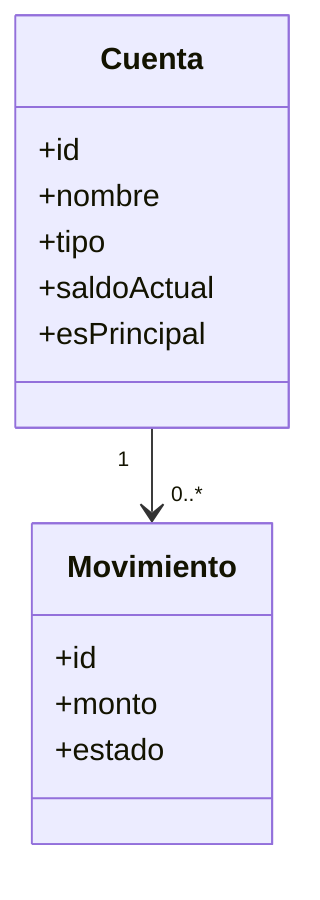
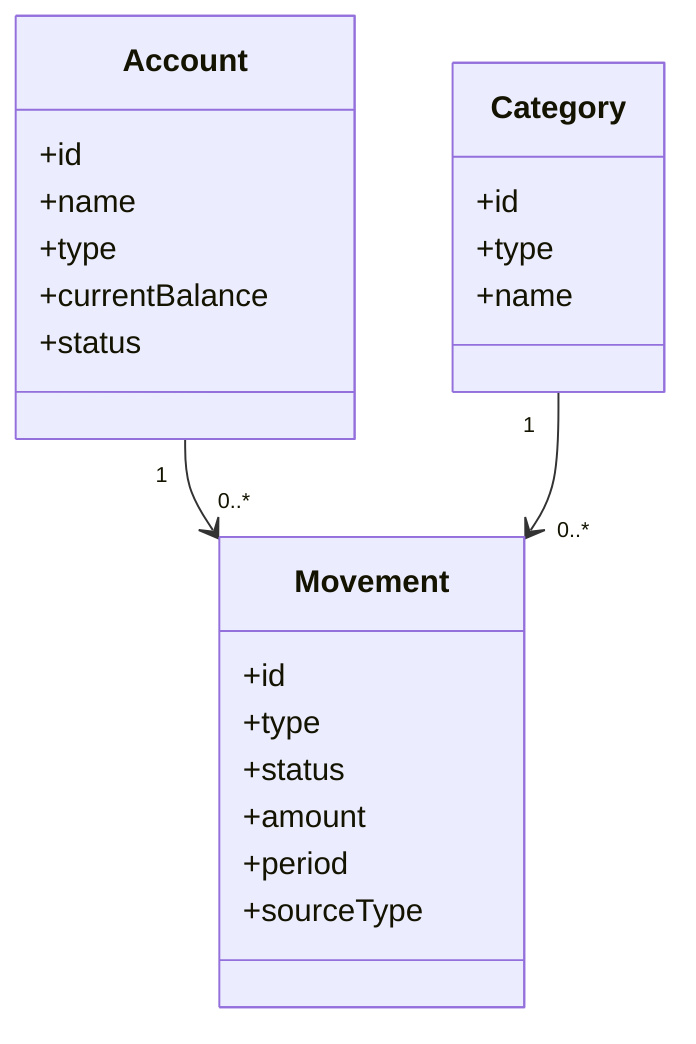
- ﻿classDiagram
-     class Cuenta {
+ classDiagram
+     class Account {
        +id
-         +nombre
-         +tipo
-         +saldoActual
-         +esPrincipal
+         +name
+         +type
+         +currentBalance
+         +status
    }

-     class Movimiento {
+     class Movement {
        +id
-         +monto
-         +estado
+         +type
+         +status
+         +amount
+         +period
+         +sourceType
    }

-     Cuenta "1" --> "0..*" Movimiento
+     class Category {
+         +id
+         +type
+         +name
+     }

+     Account "1" --> "0..*" Movement
+     Category "1" --> "0..*" Movement
+ 
